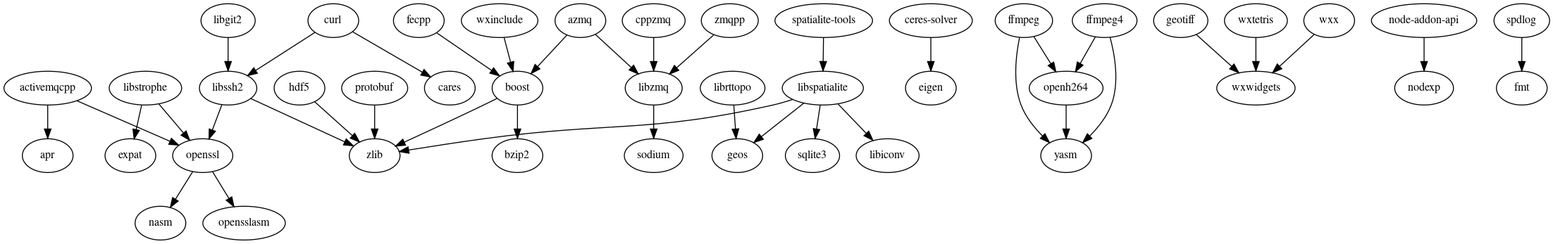
This is cmake/deps.png from externpro/externpro, a Graphviz export, as it was before one commit. Its source is kept beside it as cmake/deps.dot.
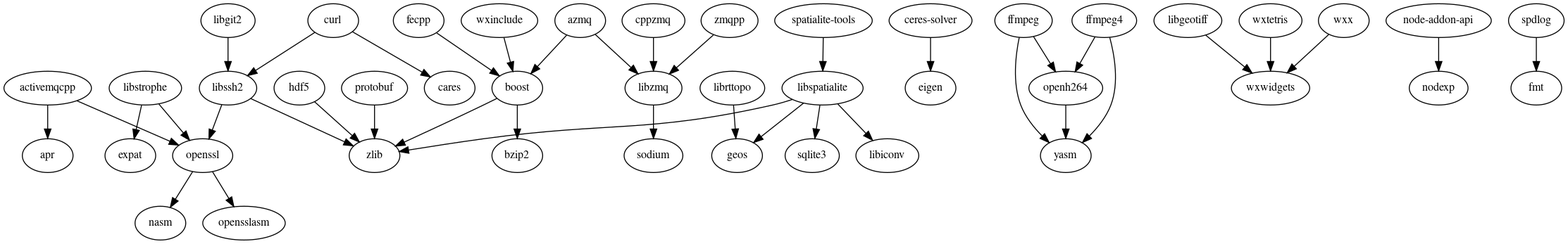
The same diagram one commit later.

Commit message:
pros: libgeotiff v1.2.4.1 from github/externpro

What changed in the source:
```diff
@@ -15,8 +15,8 @@
   "ffmpeg" -> "yasm";
   "ffmpeg4" -> "openh264";
   "ffmpeg4" -> "yasm";
-  "geotiff" -> "wxwidgets";
   "hdf5" -> "zlib";
+  "libgeotiff" -> "wxwidgets";
   "libgit2" -> "libssh2";
   "librttopo" -> "geos";
   "libspatialite" -> "geos";
```
